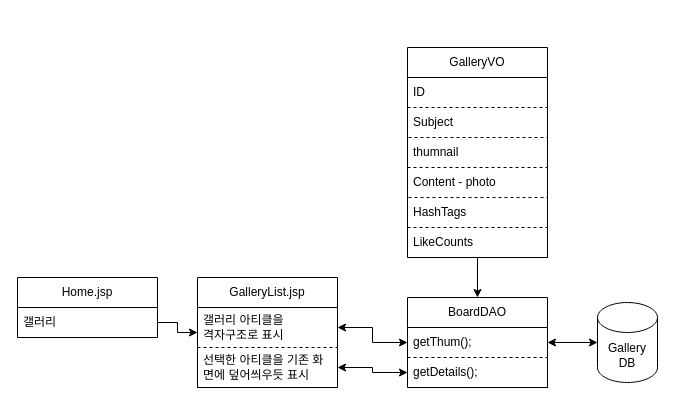
This is diagram/Gallery.drawio from kr1124/DessertHub, a draw.io file, before an edit. Source tidied: cells renumbered, new cells numbered last; positions are measured from the earlier drawing's top-left corner, leaving out a move shared by most shapes. Both pictures are drawn from the tidied source at 100%, with x=0, y=0 at pixel (17, 47).
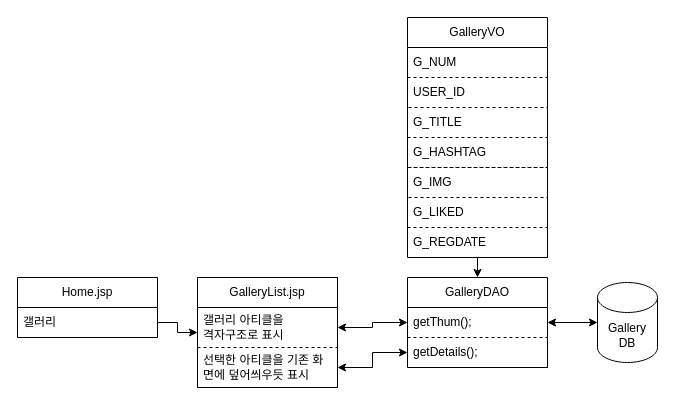
After the change.

The change refers to these unchanged cells:
```xml
<mxCell id="14" value="getThum();" style="text;strokeColor=none;fillColor=none;align=left;verticalAlign=middle;spacingLeft=4;spacingRight=4;overflow=hidden;points=[[0,0.5],[1,0.5]];portConstraint=eastwest;whiteSpace=wrap;html=1;" parent="13" vertex="1">
  <mxGeometry y="30" width="140" height="30" as="geometry" />
</mxCell>
<mxCell id="15" value="getDetails();" style="text;strokeColor=default;fillColor=none;align=left;verticalAlign=middle;spacingLeft=4;spacingRight=4;overflow=hidden;points=[[0,0.5],[1,0.5]];portConstraint=eastwest;whiteSpace=wrap;html=1;dashed=1;" parent="13" vertex="1">
  <mxGeometry y="60" width="140" height="30" as="geometry" />
</mxCell>
<mxCell id="19" value="&lt;div&gt;갤러리 아티클을&amp;nbsp;&lt;/div&gt;&lt;div&gt;격자구조로 표시&lt;/div&gt;" style="text;strokeColor=none;fillColor=none;align=left;verticalAlign=middle;spacingLeft=4;spacingRight=4;overflow=hidden;points=[[0,0.5],[1,0.5]];portConstraint=eastwest;whiteSpace=wrap;html=1;" parent="18" vertex="1">
  <mxGeometry y="30" width="140" height="40" as="geometry" />
</mxCell>
<mxCell id="20" value="선택한 아티클을 기존 화면에 덮어씌우듯 표시" style="text;strokeColor=default;fillColor=none;align=left;verticalAlign=middle;spacingLeft=4;spacingRight=4;overflow=hidden;points=[[0,0.5],[1,0.5]];portConstraint=eastwest;whiteSpace=wrap;html=1;dashed=1;" parent="18" vertex="1">
  <mxGeometry y="70" width="140" height="40" as="geometry" />
</mxCell>
```

What changed in the source:
```diff
@@
-    <mxCell id="4" style="edgeStyle=orthogonalEdgeStyle;rounded=0;jettySize=auto;html=1;" parent="1" edge="1" source="5" target="13">
+    <mxCell id="4" style="edgeStyle=orthogonalEdgeStyle;rounded=0;html=1;" parent="1" edge="1" source="5" target="13">
       <mxGeometry relative="1" as="geometry" />
     </mxCell>
     <mxCell id="5" value="GalleryVO" style="swimlane;fontStyle=0;horizontal=1;startSize=30;whiteSpace=wrap;html=1;" parent="1" vertex="1">
-      <mxGeometry x="390" width="140" height="210" as="geometry" />
+      <mxGeometry x="390" y="-30" width="140" height="240" as="geometry" />
     </mxCell>
-    <mxCell id="6" value="ID" style="text;strokeColor=none;fillColor=none;align=left;verticalAlign=middle;spacingLeft=4;spacingRight=4;overflow=hidden;whiteSpace=wrap;html=1;" parent="5" vertex="1">
+    <mxCell id="6" value="G_NUM" style="text;strokeColor=none;fillColor=none;align=left;verticalAlign=middle;spacingLeft=4;spacingRight=4;overflow=hidden;whiteSpace=wrap;html=1;" parent="5" vertex="1">
       <mxGeometry y="30" width="140" height="30" as="geometry" />
     </mxCell>
-    <mxCell id="7" value="Subject" style="text;strokeColor=default;fillColor=none;align=left;verticalAlign=middle;spacingLeft=4;spacingRight=4;overflow=hidden;whiteSpace=wrap;html=1;dashed=1;" parent="5" vertex="1">
+    <mxCell id="7" value="USER_ID" style="text;strokeColor=default;fillColor=none;align=left;verticalAlign=middle;spacingLeft=4;spacingRight=4;overflow=hidden;whiteSpace=wrap;html=1;dashed=1;" parent="5" vertex="1">
       <mxGeometry y="60" width="140" height="30" as="geometry" />
     </mxCell>
-    <mxCell id="8" value="thumnail" style="text;strokeColor=none;fillColor=none;align=left;verticalAlign=middle;spacingLeft=4;spacingRight=4;overflow=hidden;whiteSpace=wrap;html=1;" parent="5" vertex="1">
+    <mxCell id="8" value="G_TITLE" style="text;strokeColor=none;fillColor=none;align=left;verticalAlign=middle;spacingLeft=4;spacingRight=4;overflow=hidden;whiteSpace=wrap;html=1;" parent="5" vertex="1">
       <mxGeometry y="90" width="140" height="30" as="geometry" />
     </mxCell>
-    <mxCell id="9" value="Content - photo" style="text;strokeColor=default;fillColor=none;align=left;verticalAlign=middle;spacingLeft=4;spacingRight=4;overflow=hidden;whiteSpace=wrap;html=1;dashed=1;" parent="5" vertex="1">
+    <mxCell id="9" value="G_HASHTAG" style="text;strokeColor=default;fillColor=none;align=left;verticalAlign=middle;spacingLeft=4;spacingRight=4;overflow=hidden;whiteSpace=wrap;html=1;dashed=1;" parent="5" vertex="1">
       <mxGeometry y="120" width="140" height="30" as="geometry" />
     </mxCell>
-    <mxCell id="10" value="HashTags" style="text;strokeColor=none;fillColor=none;align=left;verticalAlign=middle;spacingLeft=4;spacingRight=4;overflow=hidden;whiteSpace=wrap;html=1;" parent="5" vertex="1">
-      <mxGeometry y="150" width="140" height="30" as="geometry" />
-    </mxCell>
-    <mxCell id="11" value="LikeCounts" style="text;strokeColor=default;fillColor=none;align=left;verticalAlign=middle;spacingLeft=4;spacingRight=4;overflow=hidden;whiteSpace=wrap;html=1;dashed=1;" parent="5" vertex="1">
-      <mxGeometry y="180" width="140" height="30" as="geometry" />
+    <mxCell id="11" value="G_IMG" style="text;strokeColor=default;fillColor=none;align=left;verticalAlign=middle;spacingLeft=4;spacingRight=4;overflow=hidden;whiteSpace=wrap;html=1;dashed=1;" parent="5" vertex="1">
+      <mxGeometry y="150" width="140" height="30" as="geometry" />
     </mxCell>
+    <mxCell id="23" value="G_LIKED" style="text;strokeColor=none;fillColor=none;align=left;verticalAlign=middle;spacingLeft=4;spacingRight=4;overflow=hidden;whiteSpace=wrap;html=1;" parent="5" vertex="1">
+      <mxGeometry y="180" width="140" height="30" as="geometry" />
+    </mxCell>
+    <mxCell id="24" value="G_REGDATE" style="text;strokeColor=default;fillColor=none;align=left;verticalAlign=middle;spacingLeft=4;spacingRight=4;overflow=hidden;whiteSpace=wrap;html=1;dashed=1;" parent="5" vertex="1">
+      <mxGeometry y="210" width="140" height="30" as="geometry" />
+    </mxCell>
@@
-    <mxCell id="13" value="BoardDAO" style="swimlane;fontStyle=0;horizontal=1;startSize=30;whiteSpace=wrap;html=1;" parent="1" vertex="1">
-      <mxGeometry x="390" y="250" width="140" height="90" as="geometry" />
+    <mxCell id="13" value="GalleryDAO" style="swimlane;fontStyle=0;horizontal=1;startSize=30;whiteSpace=wrap;html=1;" parent="1" vertex="1">
+      <mxGeometry x="390" y="230" width="140" height="90" as="geometry" />
     </mxCell>
@@
     <mxCell id="16" value="Gallery&lt;br&gt;&lt;div&gt;DB&lt;br&gt;&lt;/div&gt;" style="shape=cylinder3;whiteSpace=wrap;html=1;boundedLbl=1;backgroundOutline=1;size=15;" parent="1" vertex="1">
-      <mxGeometry x="580" y="255" width="60" height="80" as="geometry" />
+      <mxGeometry x="580" y="235" width="60" height="80" as="geometry" />
     </mxCell>
@@
+    <mxCell id="22" style="edgeStyle=orthogonalEdgeStyle;rounded=0;jettySize=auto;html=1;startArrow=classic;startFill=1;" parent="1" edge="1" source="20" target="15">
+      <mxGeometry relative="1" as="geometry" />
+    </mxCell>
-    <mxCell id="21" style="edgeStyle=orthogonalEdgeStyle;rounded=0;jettySize=auto;html=1;startArrow=classic;startFill=1;" parent="1" edge="1" source="19" target="14">
+    <mxCell id="21" style="edgeStyle=orthogonalEdgeStyle;html=1;rounded=0;startArrow=classic;startFill=1;" parent="1" edge="1" source="19" target="14">
       <mxGeometry relative="1" as="geometry" />
     </mxCell>
-    <mxCell id="22" style="edgeStyle=orthogonalEdgeStyle;rounded=0;jettySize=auto;html=1;startArrow=classic;startFill=1;" parent="1" edge="1" source="20" target="15">
-      <mxGeometry relative="1" as="geometry" />
-    </mxCell>
```
